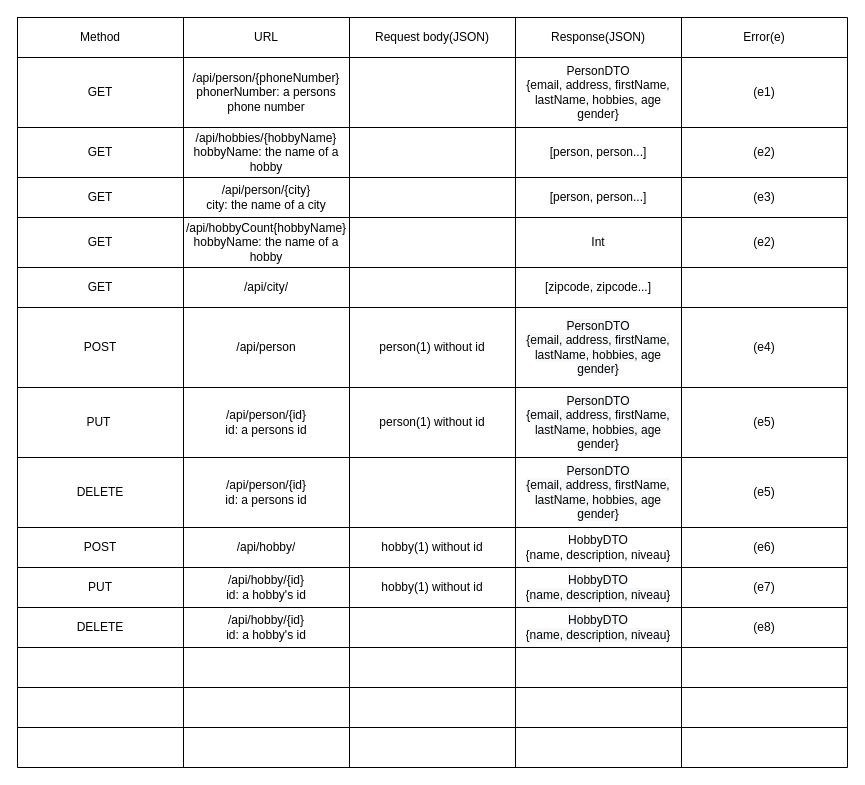
nk11-dat/CA-1 keeps this draw.io diagram as src/main/resources/API-documentation.drawio. Above is the earlier version. Source tidied: cells renumbered, new cells numbered last; positions are measured from the earlier drawing's top-left corner, leaving out a move shared by most shapes. Both pictures are drawn from the tidied source at 100%, with x=0, y=0 at pixel (17, 17).
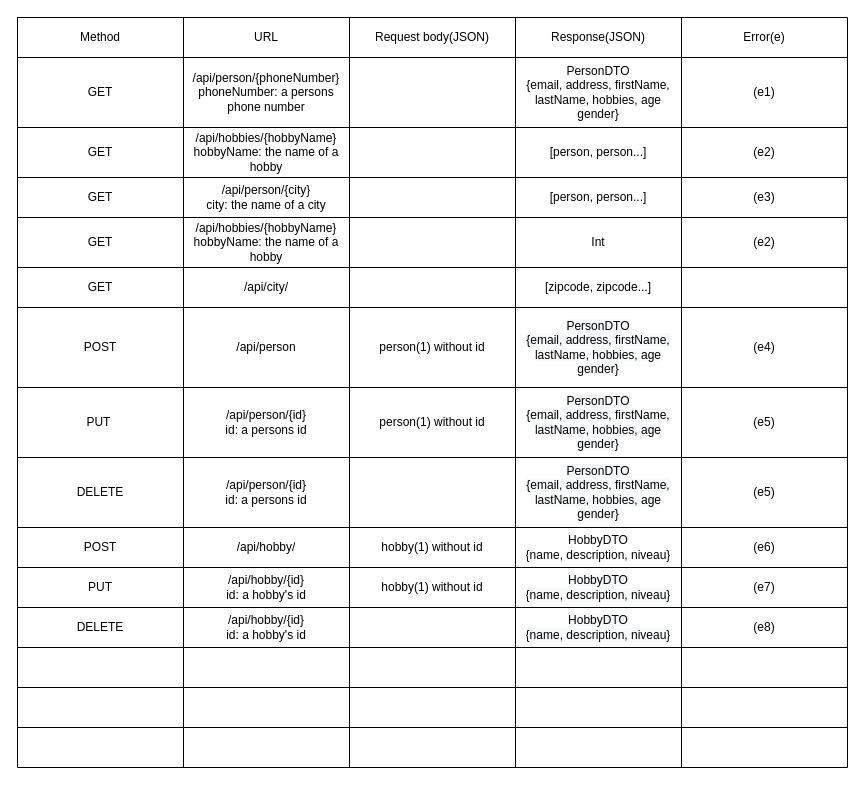
Above is the later version.

The change refers to these unchanged cells:
```xml
<mxCell id="9" style="shape=tableRow;horizontal=0;startSize=0;swimlaneHead=0;swimlaneBody=0;top=0;left=0;bottom=0;right=0;fillColor=none;" parent="2" vertex="1">
  <mxGeometry y="40" width="830" height="70" as="geometry" />
</mxCell>
<mxCell id="27" style="shape=tableRow;horizontal=0;startSize=0;swimlaneHead=0;swimlaneBody=0;top=0;left=0;bottom=0;right=0;fillColor=none;" parent="2" vertex="1">
  <mxGeometry y="200" width="830" height="50" as="geometry" />
</mxCell>
```

Diff of the diagram source:
```diff
@@
-    <mxCell id="11" value="/api/person/{phoneNumber}&lt;br&gt;phonerNumber: a persons phone number" style="shape=partialRectangle;html=1;whiteSpace=wrap;overflow=hidden;fillColor=none;top=0;left=0;bottom=0;right=0;" parent="9" vertex="1">
+    <mxCell id="11" value="/api/person/{phoneNumber}&lt;br&gt;phoneNumber: a persons phone number" style="shape=partialRectangle;html=1;whiteSpace=wrap;overflow=hidden;fillColor=none;top=0;left=0;bottom=0;right=0;" parent="9" vertex="1">
       <mxGeometry x="166" width="166" height="70" as="geometry" />
     </mxCell>
@@
-    <mxCell id="29" value="/api/hobbyCount{hobbyName}&lt;br&gt;hobbyName: the name of a hobby" style="shape=partialRectangle;html=1;whiteSpace=wrap;overflow=hidden;fillColor=none;top=0;left=0;bottom=0;right=0;" parent="27" vertex="1">
+    <mxCell id="29" value="/api/hobbies/{hobbyName}&lt;br&gt;hobbyName: the name of a hobby" style="shape=partialRectangle;html=1;whiteSpace=wrap;overflow=hidden;fillColor=none;top=0;left=0;bottom=0;right=0;" parent="27" vertex="1">
       <mxGeometry x="166" width="166" height="50" as="geometry" />
     </mxCell>
```
